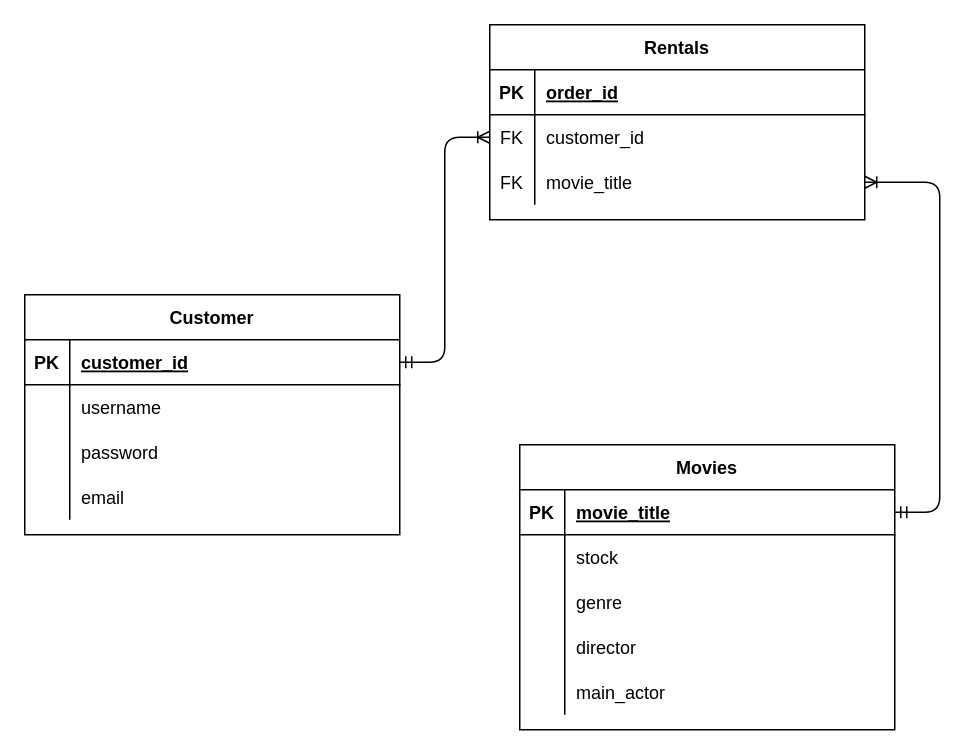
Richardzejak/Inlamningsuppgift1-SQL-SimpleDatabase-Queries keeps this draw.io diagram as Inlamningsuppgift1RelationsDiagram.drawio. Above is the earlier version. Source tidied: cells renumbered, new cells numbered last; positions are measured from the earlier drawing's top-left corner, leaving out a move shared by most shapes. Both pictures are drawn from the tidied source at 150%, with x=0, y=0 at pixel (24, 24).
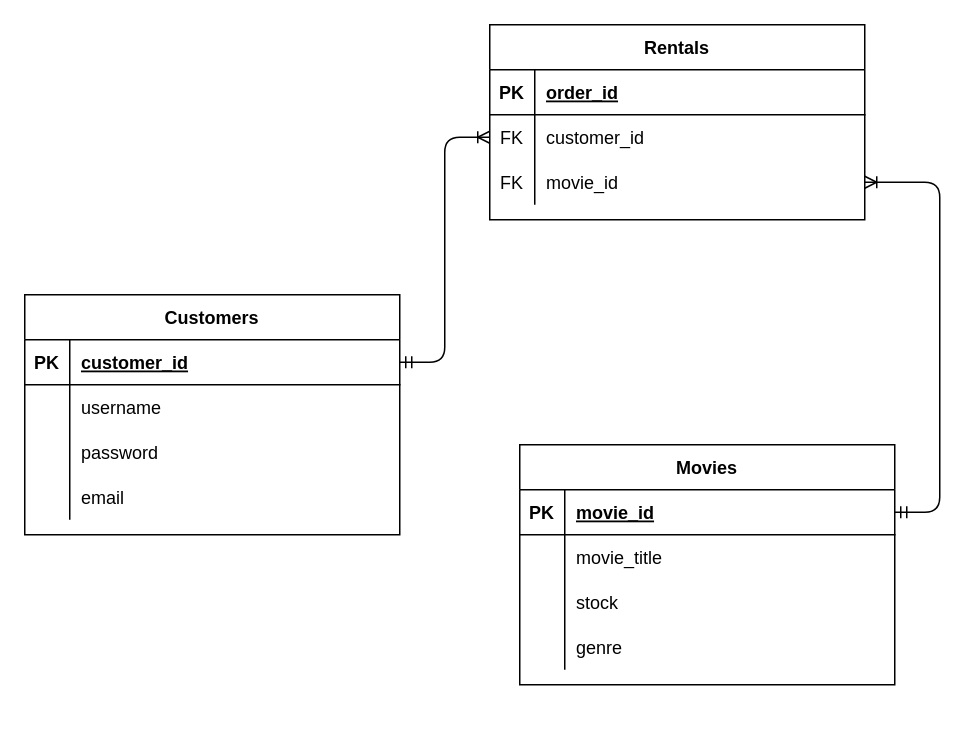
The same diagram, later.

Commit message (it also covers changes not shown here):
Added movie_id in diagram and fixed some spellings

The change refers to these unchanged cells:
```xml
<mxCell id="9" style="shape=partialRectangle;fillColor=none;points=[[0,0.5],[1,0.5]];portConstraint=eastwest;top=0;left=0;right=0;bottom=0;" parent="2" vertex="1">
  <mxGeometry y="90" width="250" height="30" as="geometry" />
</mxCell>
<mxCell id="13" style="shape=partialRectangle;fillColor=none;points=[[0,0.5],[1,0.5]];portConstraint=eastwest;top=0;left=0;right=0;bottom=1;" parent="12" vertex="1">
  <mxGeometry y="30" width="250" height="30" as="geometry" />
</mxCell>
<mxCell id="16" style="shape=partialRectangle;fillColor=none;top=0;left=0;right=0;bottom=0;" parent="12" vertex="1">
  <mxGeometry y="60" width="250" height="30" as="geometry" />
</mxCell>
<mxCell id="19" style="shape=partialRectangle;fillColor=none;top=0;left=0;right=0;bottom=0;" parent="12" vertex="1">
  <mxGeometry y="90" width="250" height="30" as="geometry" />
</mxCell>
<mxCell id="22" style="shape=partialRectangle;fillColor=none;top=0;left=0;right=0;bottom=0;" parent="12" vertex="1">
  <mxGeometry y="120" width="250" height="30" as="geometry" />
</mxCell>
```

What changed in the source:
```diff
@@
-    <mxCell id="11" value="movie_title" style="shape=partialRectangle;overflow=hidden;fillColor=none;top=0;left=0;bottom=0;right=0;align=left;spacingLeft=6;" parent="9" vertex="1">
+    <mxCell id="11" value="movie_id" style="shape=partialRectangle;overflow=hidden;fillColor=none;top=0;left=0;bottom=0;right=0;align=left;spacingLeft=6;" parent="9" vertex="1">
       <mxGeometry x="30" width="220" height="30" as="geometry" />
     </mxCell>
     <mxCell id="12" value="Movies" style="shape=table;startSize=30;childLayout=tableLayout;rowLines=0;fontStyle=1;align=center;" parent="1" vertex="1">
-      <mxGeometry x="330" y="280" width="250" height="190" as="geometry" />
+      <mxGeometry x="330" y="280" width="250" height="160" as="geometry" />
     </mxCell>
@@
-    <mxCell id="15" value="movie_title" style="shape=partialRectangle;overflow=hidden;fillColor=none;top=0;left=0;bottom=0;right=0;align=left;spacingLeft=6;fontStyle=5;" parent="13" vertex="1">
+    <mxCell id="15" value="movie_id" style="shape=partialRectangle;overflow=hidden;fillColor=none;top=0;left=0;bottom=0;right=0;align=left;spacingLeft=6;fontStyle=5;" parent="13" vertex="1">
       <mxGeometry x="30" width="220" height="30" as="geometry" />
     </mxCell>
@@
-    <mxCell id="18" value="stock" style="shape=partialRectangle;overflow=hidden;fillColor=none;top=0;left=0;bottom=0;right=0;align=left;spacingLeft=6;" parent="16" vertex="1">
+    <mxCell id="18" value="movie_title" style="shape=partialRectangle;overflow=hidden;fillColor=none;top=0;left=0;bottom=0;right=0;align=left;spacingLeft=6;" parent="16" vertex="1">
       <mxGeometry x="30" width="220" height="30" as="geometry" />
     </mxCell>
@@
-    <mxCell id="21" value="genre" style="shape=partialRectangle;overflow=hidden;fillColor=none;top=0;left=0;bottom=0;right=0;align=left;spacingLeft=6;" parent="19" vertex="1">
+    <mxCell id="21" value="stock" style="shape=partialRectangle;overflow=hidden;fillColor=none;top=0;left=0;bottom=0;right=0;align=left;spacingLeft=6;" parent="19" vertex="1">
       <mxGeometry x="30" width="220" height="30" as="geometry" />
     </mxCell>
@@
-    <mxCell id="24" value="director" style="shape=partialRectangle;overflow=hidden;fillColor=none;top=0;left=0;bottom=0;right=0;align=left;spacingLeft=6;" parent="22" vertex="1">
+    <mxCell id="24" value="genre" style="shape=partialRectangle;overflow=hidden;fillColor=none;top=0;left=0;bottom=0;right=0;align=left;spacingLeft=6;" parent="22" vertex="1">
       <mxGeometry x="30" width="220" height="30" as="geometry" />
     </mxCell>
-    <mxCell id="25" style="shape=partialRectangle;fillColor=none;top=0;left=0;right=0;bottom=0;" parent="12" vertex="1">
-      <mxGeometry y="150" width="250" height="30" as="geometry" />
-    </mxCell>
-    <mxCell id="26" style="shape=partialRectangle;overflow=hidden;fillColor=none;top=0;left=0;bottom=0;right=0;" parent="25" vertex="1">
-      <mxGeometry width="30" height="30" as="geometry" />
-    </mxCell>
-    <mxCell id="27" value="main_actor" style="shape=partialRectangle;overflow=hidden;fillColor=none;top=0;left=0;bottom=0;right=0;align=left;spacingLeft=6;" parent="25" vertex="1">
-      <mxGeometry x="30" width="220" height="30" as="geometry" />
-    </mxCell>
-    <mxCell id="28" value="Customer" style="shape=table;startSize=30;childLayout=tableLayout;rowLines=0;fontStyle=1;align=center;" parent="1" vertex="1">
+    <mxCell id="28" value="Customers" style="shape=table;startSize=30;childLayout=tableLayout;rowLines=0;fontStyle=1;align=center;" parent="1" vertex="1">
       <mxGeometry y="180" width="250" height="160" as="geometry" />
     </mxCell>
```
